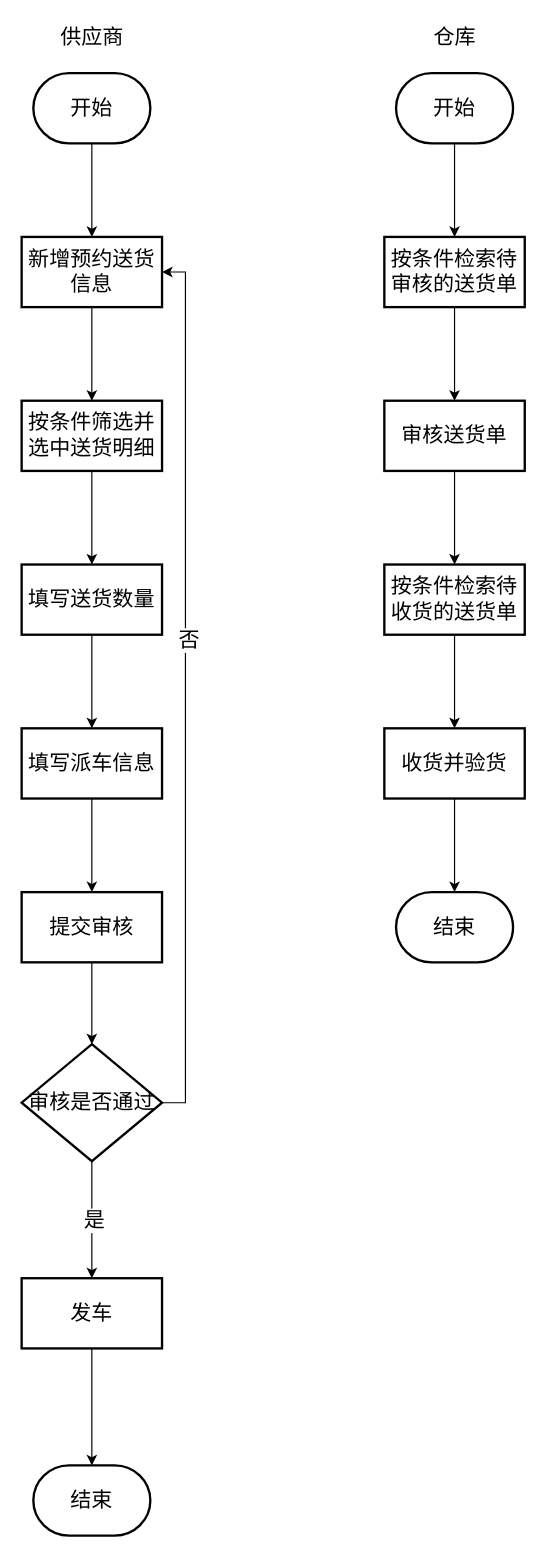
This is page "预约送货流程图" (15 of 16) of wbooking docs/进区预约系统.drawio from sxc-one/e-conitl, a draw.io file, before an edit. Source tidied: cells renumbered, new cells numbered last; positions are measured from the earlier drawing's top-left corner, leaving out a move shared by most shapes. Both pictures are drawn from the tidied source at 117%, with x=0, y=0 at pixel (21, 20).
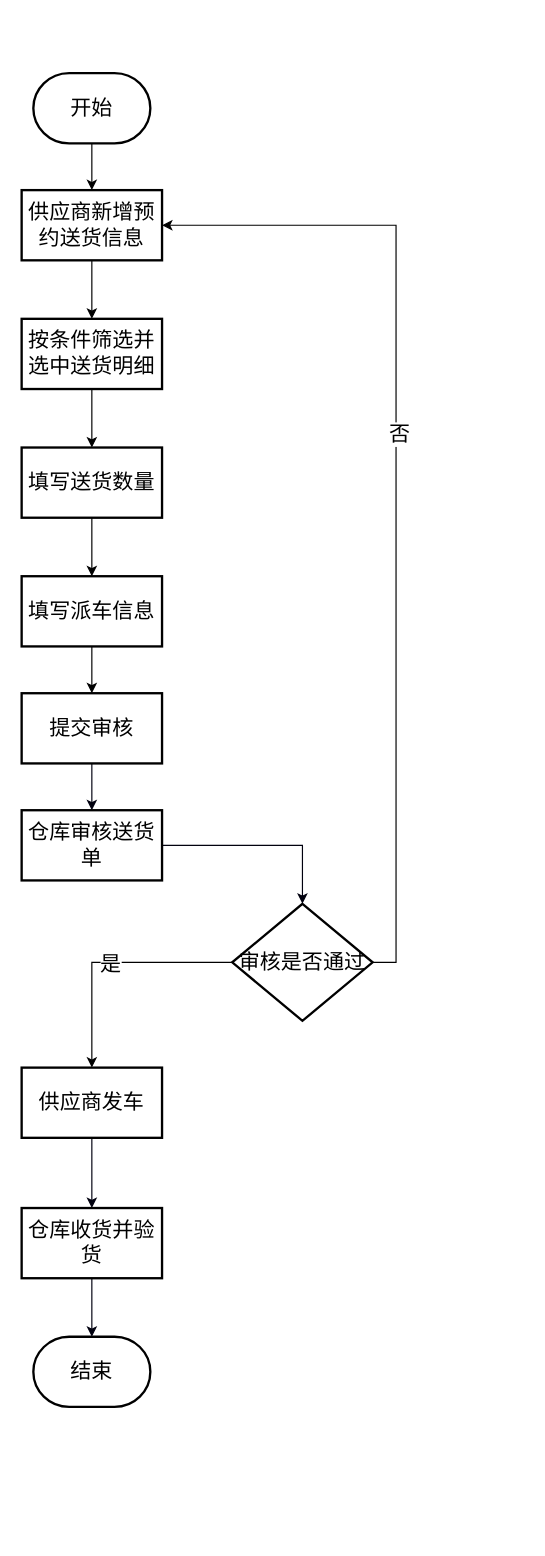
The same diagram, later.

Commit message:
送货流程图更新

What changed in the source:
```diff
@@
-    <mxCell id="4" value="供应商" style="text;html=1;align=center;verticalAlign=middle;strokeColor=none;fillColor=none;fontSize=18;" parent="1" vertex="1">
-      <mxGeometry x="25" width="70" height="30" as="geometry" />
-    </mxCell>
@@
-    <mxCell id="6" value="新增预约送货信息" style="whiteSpace=wrap;html=1;fontSize=18;strokeWidth=2;" parent="1" vertex="1">
-      <mxGeometry y="185" width="120" height="60" as="geometry" />
+    <mxCell id="6" value="供应商新增预约送货信息" style="whiteSpace=wrap;html=1;fontSize=18;strokeWidth=2;" parent="1" vertex="1">
+      <mxGeometry y="145" width="120" height="60" as="geometry" />
     </mxCell>
@@
     <mxCell id="8" value="按条件筛选并选中送货明细" style="whiteSpace=wrap;html=1;fontSize=18;strokeWidth=2;" parent="1" vertex="1">
-      <mxGeometry y="325" width="120" height="60" as="geometry" />
+      <mxGeometry y="255" width="120" height="60" as="geometry" />
     </mxCell>
@@
     <mxCell id="10" value="填写送货数量" style="whiteSpace=wrap;html=1;fontSize=18;strokeWidth=2;" parent="1" vertex="1">
-      <mxGeometry y="465" width="120" height="60" as="geometry" />
+      <mxGeometry y="365" width="120" height="60" as="geometry" />
     </mxCell>
@@
     <mxCell id="12" value="填写派车信息" style="whiteSpace=wrap;html=1;fontSize=18;strokeWidth=2;" parent="1" vertex="1">
-      <mxGeometry y="605" width="120" height="60" as="geometry" />
+      <mxGeometry y="475" width="120" height="60" as="geometry" />
     </mxCell>
-    <mxCell id="13" style="edgeStyle=orthogonalEdgeStyle;rounded=0;jettySize=auto;html=1;fontSize=18;elbow=vertical;" parent="1" edge="1" source="14" target="19">
-      <mxGeometry relative="1" as="geometry" />
-    </mxCell>
+    <mxCell id="35" style="edgeStyle=none;rounded=0;jettySize=auto;html=1;exitX=0.5;exitY=1;exitDx=0;exitDy=0;entryX=0.5;entryY=0;entryDx=0;entryDy=0;fontSize=18;startArrow=none;startFill=0;endArrow=classic;endFill=1;sourcePerimeterSpacing=1;targetPerimeterSpacing=0;strokeColor=#01010F;" parent="1" edge="1" source="14" target="29">
+      <mxGeometry relative="1" as="geometry" />
+    </mxCell>
     <mxCell id="14" value="提交审核" style="whiteSpace=wrap;html=1;fontSize=18;strokeWidth=2;" parent="1" vertex="1">
-      <mxGeometry y="745" width="120" height="60" as="geometry" />
+      <mxGeometry y="575" width="120" height="60" as="geometry" />
     </mxCell>
@@
     <mxCell id="19" value="审核是否通过" style="rhombus;whiteSpace=wrap;html=1;fontSize=18;strokeWidth=2;" parent="1" vertex="1">
-      <mxGeometry y="875" width="120" height="100" as="geometry" />
+      <mxGeometry x="180" y="755" width="120" height="100" as="geometry" />
     </mxCell>
-    <mxCell id="20" style="edgeStyle=orthogonalEdgeStyle;rounded=0;jettySize=auto;html=1;exitX=0.5;exitY=1;exitDx=0;exitDy=0;entryX=0.5;entryY=0;entryDx=0;entryDy=0;entryPerimeter=0;fontSize=18;" parent="1" edge="1" source="21" target="22">
-      <mxGeometry relative="1" as="geometry" />
-    </mxCell>
+    <mxCell id="36" style="edgeStyle=orthogonalEdgeStyle;rounded=0;jettySize=auto;html=1;exitX=0.5;exitY=1;exitDx=0;exitDy=0;entryX=0.5;entryY=0;entryDx=0;entryDy=0;fontSize=18;startArrow=none;startFill=0;endArrow=classic;endFill=1;sourcePerimeterSpacing=1;targetPerimeterSpacing=0;strokeColor=#01010F;" parent="1" edge="1" source="21" target="33">
+      <mxGeometry relative="1" as="geometry" />
+    </mxCell>
-    <mxCell id="21" value="发车" style="whiteSpace=wrap;html=1;fontSize=18;strokeWidth=2;" parent="1" vertex="1">
-      <mxGeometry y="1075" width="120" height="60" as="geometry" />
+    <mxCell id="21" value="供应商发车" style="whiteSpace=wrap;html=1;fontSize=18;strokeWidth=2;" parent="1" vertex="1">
+      <mxGeometry y="895" width="120" height="60" as="geometry" />
     </mxCell>
     <mxCell id="22" value="结束" style="strokeWidth=2;html=1;shape=mxgraph.flowchart.terminator;whiteSpace=wrap;fontSize=18;" parent="1" vertex="1">
-      <mxGeometry x="10" y="1235" width="100" height="60" as="geometry" />
+      <mxGeometry x="10" y="1125" width="100" height="60" as="geometry" />
     </mxCell>
-    <mxCell id="23" value="仓库" style="text;html=1;align=center;verticalAlign=middle;strokeColor=none;fillColor=none;fontSize=18;" parent="1" vertex="1">
-      <mxGeometry x="345" width="50" height="30" as="geometry" />
-    </mxCell>
-    <mxCell id="24" style="edgeStyle=orthogonalEdgeStyle;rounded=0;jettySize=auto;html=1;fontSize=18;elbow=vertical;" parent="1" edge="1" source="25" target="27">
-      <mxGeometry relative="1" as="geometry" />
-    </mxCell>
-    <mxCell id="25" value="开始" style="strokeWidth=2;html=1;shape=mxgraph.flowchart.terminator;whiteSpace=wrap;fontSize=18;" parent="1" vertex="1">
-      <mxGeometry x="320" y="45" width="100" height="60" as="geometry" />
-    </mxCell>
-    <mxCell id="26" style="edgeStyle=orthogonalEdgeStyle;rounded=0;jettySize=auto;html=1;fontSize=18;elbow=vertical;" parent="1" edge="1" source="27" target="29">
-      <mxGeometry relative="1" as="geometry" />
-    </mxCell>
-    <mxCell id="27" value="按条件检索待审核的送货单" style="whiteSpace=wrap;html=1;fontSize=18;strokeWidth=2;" parent="1" vertex="1">
-      <mxGeometry x="310" y="185" width="120" height="60" as="geometry" />
-    </mxCell>
-    <mxCell id="28" style="edgeStyle=orthogonalEdgeStyle;rounded=0;jettySize=auto;html=1;fontSize=18;elbow=vertical;" parent="1" edge="1" source="29" target="31">
-      <mxGeometry relative="1" as="geometry" />
-    </mxCell>
+    <mxCell id="37" style="edgeStyle=orthogonalEdgeStyle;rounded=0;jettySize=auto;html=1;exitX=1;exitY=0.5;exitDx=0;exitDy=0;entryX=0.5;entryY=0;entryDx=0;entryDy=0;fontSize=18;startArrow=none;startFill=0;endArrow=classic;endFill=1;sourcePerimeterSpacing=1;targetPerimeterSpacing=0;strokeColor=#01010F;" parent="1" edge="1" source="29" target="19">
+      <mxGeometry relative="1" as="geometry" />
+    </mxCell>
-    <mxCell id="29" value="审核送货单" style="whiteSpace=wrap;html=1;fontSize=18;strokeWidth=2;" parent="1" vertex="1">
-      <mxGeometry x="310" y="325" width="120" height="60" as="geometry" />
+    <mxCell id="29" value="仓库审核送货单" style="whiteSpace=wrap;html=1;fontSize=18;strokeWidth=2;" parent="1" vertex="1">
+      <mxGeometry y="675" width="120" height="60" as="geometry" />
     </mxCell>
-    <mxCell id="30" style="edgeStyle=orthogonalEdgeStyle;rounded=0;jettySize=auto;html=1;fontSize=18;elbow=vertical;" parent="1" edge="1" source="31" target="33">
-      <mxGeometry relative="1" as="geometry" />
-    </mxCell>
-    <mxCell id="31" value="按条件检索待收货的送货单" style="whiteSpace=wrap;html=1;fontSize=18;strokeWidth=2;" parent="1" vertex="1">
-      <mxGeometry x="310" y="465" width="120" height="60" as="geometry" />
-    </mxCell>
-    <mxCell id="32" style="edgeStyle=orthogonalEdgeStyle;rounded=0;jettySize=auto;html=1;exitX=0.5;exitY=1;exitDx=0;exitDy=0;entryX=0.5;entryY=0;entryDx=0;entryDy=0;entryPerimeter=0;fontSize=18;" parent="1" edge="1" source="33" target="34">
-      <mxGeometry relative="1" as="geometry" />
-    </mxCell>
+    <mxCell id="38" style="edgeStyle=orthogonalEdgeStyle;rounded=0;jettySize=auto;html=1;exitX=0.5;exitY=1;exitDx=0;exitDy=0;entryX=0.5;entryY=0;entryDx=0;entryDy=0;entryPerimeter=0;fontSize=18;startArrow=none;startFill=0;endArrow=classic;endFill=1;sourcePerimeterSpacing=1;targetPerimeterSpacing=0;strokeColor=#01010F;" parent="1" edge="1" source="33" target="22">
+      <mxGeometry relative="1" as="geometry" />
+    </mxCell>
-    <mxCell id="33" value="收货并验货" style="whiteSpace=wrap;html=1;fontSize=18;strokeWidth=2;" parent="1" vertex="1">
-      <mxGeometry x="310" y="605" width="120" height="60" as="geometry" />
+    <mxCell id="33" value="仓库收货并验货" style="whiteSpace=wrap;html=1;fontSize=18;strokeWidth=2;" parent="1" vertex="1">
+      <mxGeometry y="1015" width="120" height="60" as="geometry" />
     </mxCell>
-    <mxCell id="34" value="结束" style="strokeWidth=2;html=1;shape=mxgraph.flowchart.terminator;whiteSpace=wrap;fontSize=18;" parent="1" vertex="1">
-      <mxGeometry x="320" y="745" width="100" height="60" as="geometry" />
-    </mxCell>
```
